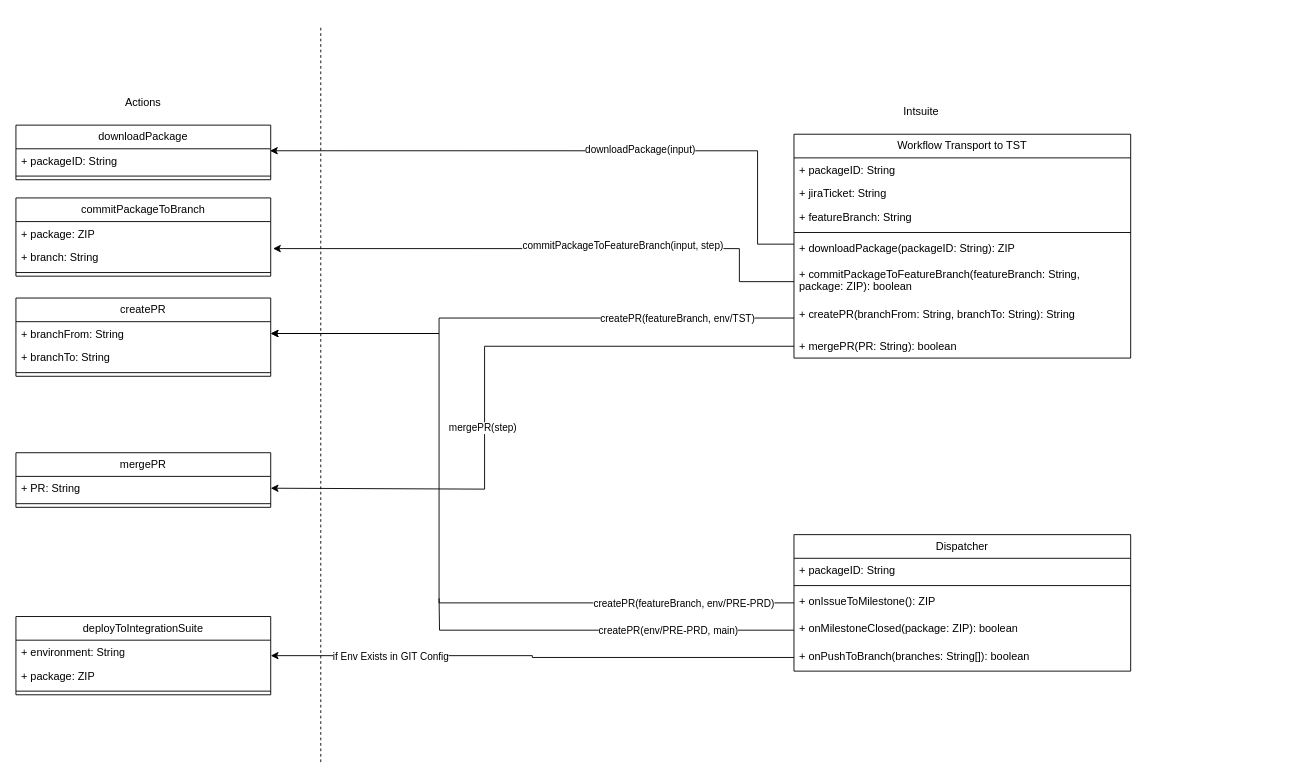
Zprit/draw-io keeps this draw.io diagram as Dynamische Landschaft Architektur.drawio. Above is the earlier version. Source tidied: cells renumbered, new cells numbered last; positions are measured from the earlier drawing's top-left corner, leaving out a move shared by most shapes. Both pictures are drawn from the tidied source at 91%, with x=0, y=0 at pixel (15, 25).
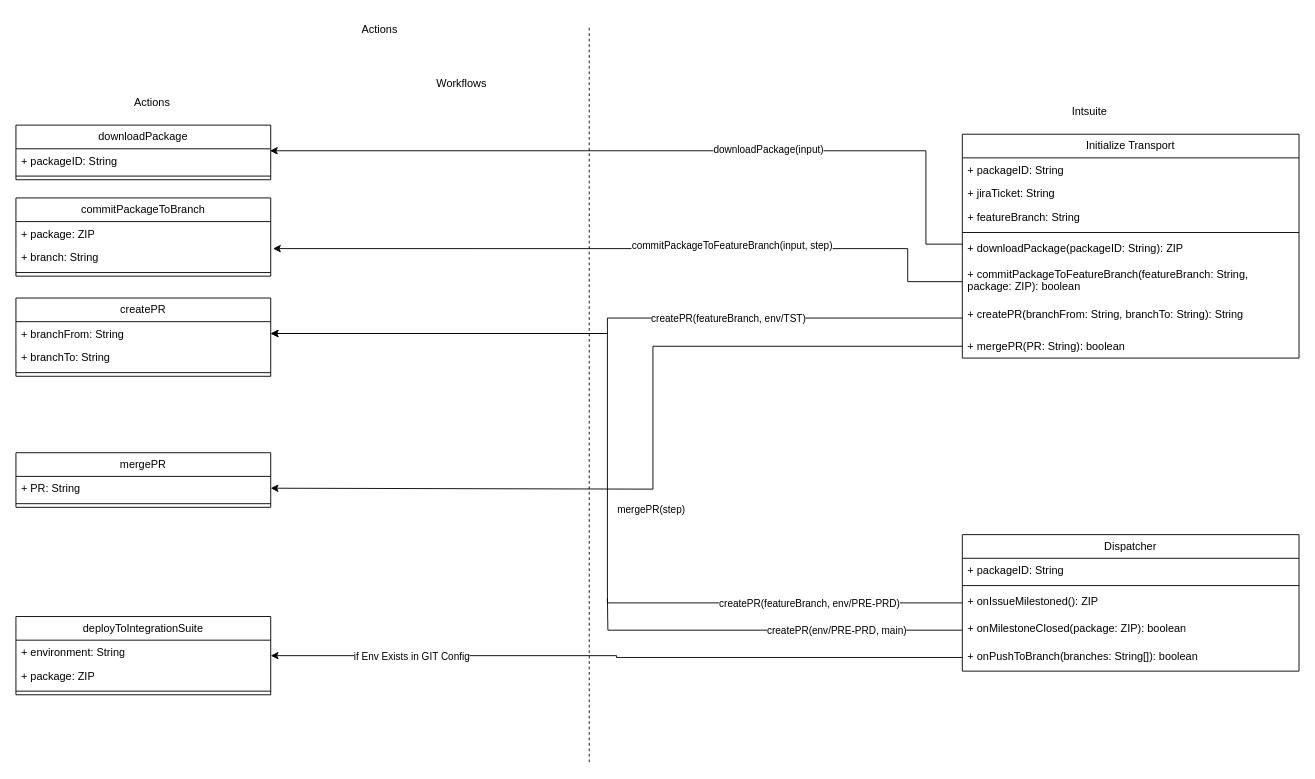
After the change.

The change refers to these unchanged cells:
```xml
<mxCell id="10" value="+ downloadPackage(packageID: String): ZIP" style="text;strokeColor=none;fillColor=none;align=left;verticalAlign=top;spacingLeft=4;spacingRight=4;overflow=hidden;points=[[0,0.5],[1,0.5]];portConstraint=eastwest;whiteSpace=wrap;html=1;" parent="5" vertex="1">
  <mxGeometry y="112" width="370" height="28" as="geometry" />
</mxCell>
<mxCell id="11" value="+ commitPackageToFeatureBranch(featureBranch: String, package: ZIP): boolean" style="text;strokeColor=none;fillColor=none;align=left;verticalAlign=top;spacingLeft=4;spacingRight=4;overflow=hidden;points=[[0,0.5],[1,0.5]];portConstraint=eastwest;whiteSpace=wrap;html=1;" parent="5" vertex="1">
  <mxGeometry y="140" width="370" height="44" as="geometry" />
</mxCell>
<mxCell id="12" value="+ createPR(branchFrom: String, branchTo: String): String" style="text;strokeColor=none;fillColor=none;align=left;verticalAlign=top;spacingLeft=4;spacingRight=4;overflow=hidden;points=[[0,0.5],[1,0.5]];portConstraint=eastwest;whiteSpace=wrap;html=1;" parent="5" vertex="1">
  <mxGeometry y="184" width="370" height="36" as="geometry" />
</mxCell>
<mxCell id="13" value="+ mergePR(PR: String): boolean" style="text;strokeColor=none;fillColor=none;align=left;verticalAlign=top;spacingLeft=4;spacingRight=4;overflow=hidden;points=[[0,0.5],[1,0.5]];portConstraint=eastwest;whiteSpace=wrap;html=1;" parent="5" vertex="1">
  <mxGeometry y="220" width="370" height="26" as="geometry" />
</mxCell>
<mxCell id="15" value="+ packageID: String" style="text;strokeColor=none;fillColor=none;align=left;verticalAlign=top;spacingLeft=4;spacingRight=4;overflow=hidden;points=[[0,0.5],[1,0.5]];portConstraint=eastwest;whiteSpace=wrap;html=1;" parent="14" vertex="1">
  <mxGeometry y="26" width="280" height="26" as="geometry" />
</mxCell>
<mxCell id="19" value="+ branch: String" style="text;strokeColor=none;fillColor=none;align=left;verticalAlign=top;spacingLeft=4;spacingRight=4;overflow=hidden;points=[[0,0.5],[1,0.5]];portConstraint=eastwest;whiteSpace=wrap;html=1;" parent="17" vertex="1">
  <mxGeometry y="52" width="280" height="26" as="geometry" />
</mxCell>
<mxCell id="22" value="+ branchFrom: String" style="text;strokeColor=none;fillColor=none;align=left;verticalAlign=top;spacingLeft=4;spacingRight=4;overflow=hidden;points=[[0,0.5],[1,0.5]];portConstraint=eastwest;whiteSpace=wrap;html=1;" parent="21" vertex="1">
  <mxGeometry y="26" width="280" height="26" as="geometry" />
</mxCell>
<mxCell id="26" value="+ PR: String" style="text;strokeColor=none;fillColor=none;align=left;verticalAlign=top;spacingLeft=4;spacingRight=4;overflow=hidden;points=[[0,0.5],[1,0.5]];portConstraint=eastwest;whiteSpace=wrap;html=1;" parent="25" vertex="1">
  <mxGeometry y="26" width="280" height="26" as="geometry" />
</mxCell>
```

The edit, as a diff of the source:
```diff
@@
     <mxCell id="2" value="Actions" style="text;html=1;whiteSpace=wrap;strokeColor=none;fillColor=none;align=center;verticalAlign=middle;rounded=0;" parent="1" vertex="1">
-      <mxGeometry x="110" y="70" width="60" height="30" as="geometry" />
+      <mxGeometry x="370" y="-10" width="60" height="30" as="geometry" />
     </mxCell>
     <mxCell id="3" value="Intsuite" style="text;html=1;whiteSpace=wrap;strokeColor=none;fillColor=none;align=center;verticalAlign=middle;rounded=0;" parent="1" vertex="1">
-      <mxGeometry x="965" y="80" width="60" height="30" as="geometry" />
+      <mxGeometry x="1150" y="80" width="60" height="30" as="geometry" />
     </mxCell>
     <mxCell id="4" style="endArrow=none;dashed=1;html=1;rounded=0;" parent="1" edge="1">
       <mxGeometry relative="1" as="geometry">
-        <mxPoint x="335" y="810" as="sourcePoint" />
-        <mxPoint x="335" as="targetPoint" />
+        <mxPoint x="630" y="810" as="sourcePoint" />
+        <mxPoint x="630" as="targetPoint" />
       </mxGeometry>
     </mxCell>
-    <mxCell id="5" value="Workflow Transport to TST" style="swimlane;fontStyle=0;horizontal=1;startSize=26;fillColor=none;whiteSpace=wrap;html=1;swimlaneLine=1;swimlaneFillColor=none;" parent="1" vertex="1">
-      <mxGeometry x="855" y="120" width="370" height="246" as="geometry" />
+    <mxCell id="5" value="Initialize Transport" style="swimlane;fontStyle=0;horizontal=1;startSize=26;fillColor=none;whiteSpace=wrap;html=1;swimlaneLine=1;swimlaneFillColor=none;" parent="1" vertex="1">
+      <mxGeometry x="1040" y="120" width="370" height="246" as="geometry" />
     </mxCell>
@@
     <mxCell id="28" value="Dispatcher" style="swimlane;fontStyle=0;horizontal=1;startSize=26;fillColor=none;whiteSpace=wrap;html=1;swimlaneLine=1;swimlaneFillColor=none;" parent="1" vertex="1">
-      <mxGeometry x="855" y="560" width="370" height="150" as="geometry" />
+      <mxGeometry x="1040" y="560" width="370" height="150" as="geometry" />
     </mxCell>
@@
-    <mxCell id="31" value="+ onIssueToMilestone(): ZIP" style="text;strokeColor=none;fillColor=none;align=left;verticalAlign=top;spacingLeft=4;spacingRight=4;overflow=hidden;points=[[0,0.5],[1,0.5]];portConstraint=eastwest;whiteSpace=wrap;html=1;" parent="28" vertex="1">
+    <mxCell id="31" value="+ onIssueMilestoned(): ZIP" style="text;strokeColor=none;fillColor=none;align=left;verticalAlign=top;spacingLeft=4;spacingRight=4;overflow=hidden;points=[[0,0.5],[1,0.5]];portConstraint=eastwest;whiteSpace=wrap;html=1;" parent="28" vertex="1">
       <mxGeometry y="60" width="370" height="30" as="geometry" />
     </mxCell>
@@
     <mxCell id="36" style="edgeStyle=orthogonalEdgeStyle;rounded=0;jettySize=auto;html=1;entryX=0.997;entryY=0.083;entryDx=0;entryDy=0;entryPerimeter=0;exitX=0;exitY=0.314;exitDx=0;exitDy=0;exitPerimeter=0;" parent="1" edge="1" source="10" target="15">
       <mxGeometry relative="1" as="geometry">
         <Array as="points">
-          <mxPoint x="815" y="241" />
-          <mxPoint x="815" y="138" />
+          <mxPoint x="1000" y="241" />
+          <mxPoint x="1000" y="138" />
         </Array>
       </mxGeometry>
     </mxCell>
@@
     <mxCell id="38" style="edgeStyle=orthogonalEdgeStyle;rounded=0;jettySize=auto;html=1;entryX=1.009;entryY=0.141;entryDx=0;entryDy=0;entryPerimeter=0;" parent="1" edge="1" source="11" target="19">
       <mxGeometry relative="1" as="geometry">
         <Array as="points">
-          <mxPoint x="795" y="282" />
-          <mxPoint x="795" y="246" />
+          <mxPoint x="980" y="282" />
+          <mxPoint x="980" y="246" />
         </Array>
       </mxGeometry>
     </mxCell>
@@
     <mxCell id="40" style="edgeStyle=orthogonalEdgeStyle;rounded=0;jettySize=auto;html=1;entryX=1;entryY=0.5;entryDx=0;entryDy=0;" parent="1" edge="1" source="12" target="22">
       <mxGeometry relative="1" as="geometry">
         <Array as="points">
-          <mxPoint x="465" y="322" />
-          <mxPoint x="465" y="339" />
+          <mxPoint x="650" y="322" />
+          <mxPoint x="650" y="339" />
         </Array>
       </mxGeometry>
     </mxCell>
@@
     <mxCell id="42" style="edgeStyle=orthogonalEdgeStyle;rounded=0;jettySize=auto;html=1;entryX=1;entryY=0.5;entryDx=0;entryDy=0;exitX=0;exitY=0.5;exitDx=0;exitDy=0;" parent="1" edge="1" source="13" target="26">
       <mxGeometry relative="1" as="geometry">
         <Array as="points">
-          <mxPoint x="515" y="353" />
-          <mxPoint x="515" y="510" />
+          <mxPoint x="700" y="353" />
+          <mxPoint x="700" y="510" />
         </Array>
       </mxGeometry>
     </mxCell>
@@
     <mxCell id="48" style="edgeStyle=orthogonalEdgeStyle;rounded=0;jettySize=auto;html=1;entryX=1;entryY=0.5;entryDx=0;entryDy=0;exitX=0;exitY=0.5;exitDx=0;exitDy=0;" parent="1" edge="1" source="31" target="22">
       <mxGeometry relative="1" as="geometry">
         <Array as="points">
-          <mxPoint x="465" y="635" />
-          <mxPoint x="465" y="339" />
+          <mxPoint x="650" y="635" />
+          <mxPoint x="650" y="339" />
         </Array>
       </mxGeometry>
     </mxCell>
@@
+    <mxCell id="52" value="Actions" style="text;html=1;whiteSpace=wrap;strokeColor=none;fillColor=none;align=center;verticalAlign=middle;rounded=0;" parent="1" vertex="1">
+      <mxGeometry x="120" y="70" width="60" height="30" as="geometry" />
+    </mxCell>
+    <mxCell id="53" value="Workflows" style="text;html=1;whiteSpace=wrap;strokeColor=none;fillColor=none;align=center;verticalAlign=middle;rounded=0;" parent="1" vertex="1">
+      <mxGeometry x="460" y="50" width="60" height="30" as="geometry" />
+    </mxCell>
```
